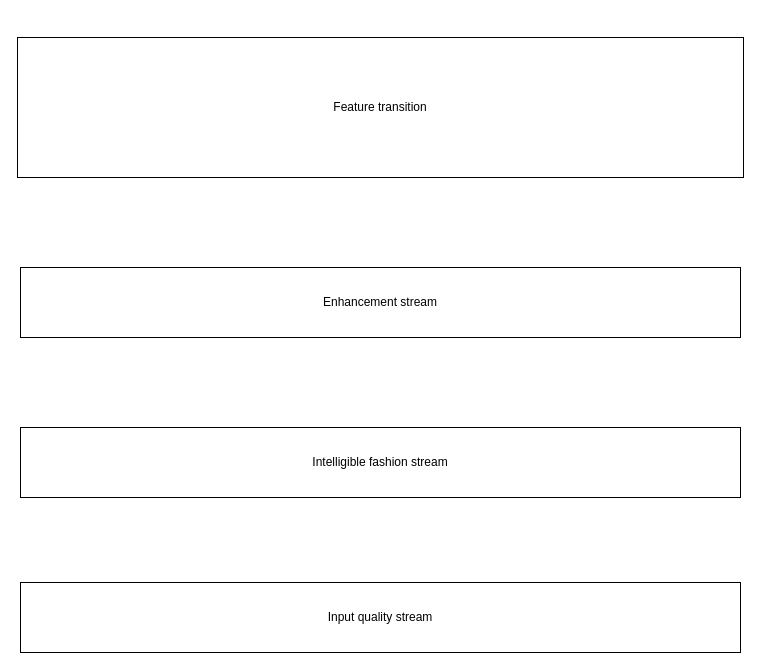
Earlier version of the draw.io diagram page "R&D Layers" (1 of 2) of Untitled Diagram.drawio (thegolabek/model-modeller). Source tidied: cells renumbered, new cells numbered last; positions are measured from the earlier drawing's top-left corner, leaving out a move shared by most shapes. Both pictures are drawn from the tidied source at 100%, with x=0, y=0 at pixel (17, 37).
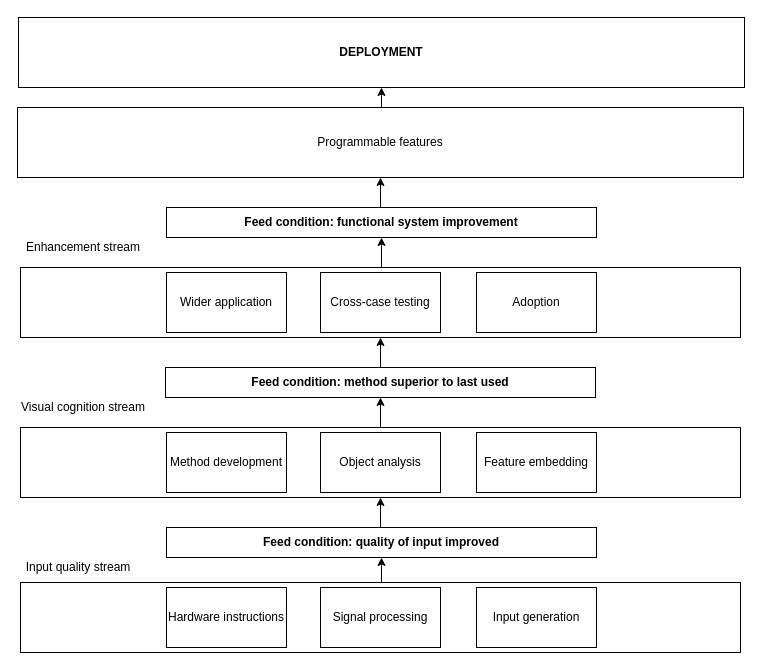
Above is the later version.

Change to the diagram source:
```diff
@@
+    <mxCell id="6" style="edgeStyle=orthogonalEdgeStyle;rounded=0;jettySize=auto;html=1;exitX=0.5;exitY=0;exitDx=0;exitDy=0;entryX=0.5;entryY=1;entryDx=0;entryDy=0;" parent="1" edge="1" source="2" target="27">
+      <mxGeometry relative="1" as="geometry" />
+    </mxCell>
-    <mxCell id="2" value="Enhancement stream" style="rounded=0;whiteSpace=wrap;html=1;" parent="1" vertex="1">
+    <mxCell id="2" style="rounded=0;whiteSpace=wrap;html=1;" parent="1" vertex="1">
       <mxGeometry x="3" y="230" width="720" height="70" as="geometry" />
     </mxCell>
-    <mxCell id="3" value="Intelligible fashion stream" style="rounded=0;whiteSpace=wrap;html=1;" parent="1" vertex="1">
+    <mxCell id="3" style="rounded=0;whiteSpace=wrap;html=1;" parent="1" vertex="1">
       <mxGeometry x="3" y="390" width="720" height="70" as="geometry" />
     </mxCell>
+    <mxCell id="7" style="edgeStyle=orthogonalEdgeStyle;rounded=0;jettySize=auto;html=1;exitX=0.5;exitY=0;exitDx=0;exitDy=0;entryX=0.5;entryY=1;entryDx=0;entryDy=0;" parent="1" edge="1" source="4" target="23">
+      <mxGeometry relative="1" as="geometry" />
+    </mxCell>
-    <mxCell id="4" value="Input quality stream" style="rounded=0;whiteSpace=wrap;html=1;" parent="1" vertex="1">
+    <mxCell id="4" style="rounded=0;whiteSpace=wrap;html=1;" parent="1" vertex="1">
       <mxGeometry x="3" y="545" width="720" height="70" as="geometry" />
     </mxCell>
+    <mxCell id="8" style="edgeStyle=orthogonalEdgeStyle;rounded=0;jettySize=auto;html=1;exitX=0.5;exitY=0;exitDx=0;exitDy=0;entryX=0.5;entryY=1;entryDx=0;entryDy=0;" parent="1" edge="1" source="5" target="28">
+      <mxGeometry relative="1" as="geometry" />
+    </mxCell>
-    <mxCell id="5" value="Feature transition" style="rounded=0;whiteSpace=wrap;html=1;" parent="1" vertex="1">
-      <mxGeometry width="726" height="140" as="geometry" />
+    <mxCell id="5" value="Programmable features" style="rounded=0;whiteSpace=wrap;html=1;" parent="1" vertex="1">
+      <mxGeometry y="70" width="726" height="70" as="geometry" />
     </mxCell>
+    <mxCell id="9" value="Hardware instructions" style="rounded=0;whiteSpace=wrap;html=1;" parent="1" vertex="1">
+      <mxGeometry x="149" y="550" width="120" height="60" as="geometry" />
+    </mxCell>
+    <mxCell id="10" value="Signal processing" style="rounded=0;whiteSpace=wrap;html=1;" parent="1" vertex="1">
+      <mxGeometry x="303" y="550" width="120" height="60" as="geometry" />
+    </mxCell>
+    <mxCell id="11" value="Input generation" style="rounded=0;whiteSpace=wrap;html=1;" parent="1" vertex="1">
+      <mxGeometry x="459" y="550" width="120" height="60" as="geometry" />
+    </mxCell>
+    <mxCell id="12" style="edgeStyle=orthogonalEdgeStyle;rounded=0;jettySize=auto;html=1;entryX=0.5;entryY=1;entryDx=0;entryDy=0;" parent="1" edge="1" target="25">
+      <mxGeometry relative="1" as="geometry">
+        <mxPoint x="363" y="390" as="sourcePoint" />
+      </mxGeometry>
+    </mxCell>
+    <mxCell id="13" value="Object analysis" style="rounded=0;whiteSpace=wrap;html=1;" parent="1" vertex="1">
+      <mxGeometry x="303" y="395" width="120" height="60" as="geometry" />
+    </mxCell>
+    <mxCell id="14" value="Input quality stream" style="text;html=1;strokeColor=none;fillColor=none;align=center;verticalAlign=middle;whiteSpace=wrap;rounded=0;" parent="1" vertex="1">
+      <mxGeometry x="3" y="520" width="116" height="20" as="geometry" />
+    </mxCell>
+    <mxCell id="15" value="Visual cognition stream" style="text;html=1;strokeColor=none;fillColor=none;align=center;verticalAlign=middle;whiteSpace=wrap;rounded=0;" parent="1" vertex="1">
+      <mxGeometry x="3" y="360" width="126" height="20" as="geometry" />
+    </mxCell>
+    <mxCell id="16" value="Enhancement stream" style="text;html=1;strokeColor=none;fillColor=none;align=center;verticalAlign=middle;whiteSpace=wrap;rounded=0;" parent="1" vertex="1">
+      <mxGeometry x="3" y="200" width="126" height="20" as="geometry" />
+    </mxCell>
+    <mxCell id="17" value="Feature embedding" style="rounded=0;whiteSpace=wrap;html=1;" parent="1" vertex="1">
+      <mxGeometry x="459" y="395" width="120" height="60" as="geometry" />
+    </mxCell>
+    <mxCell id="18" value="Method development" style="rounded=0;whiteSpace=wrap;html=1;" parent="1" vertex="1">
+      <mxGeometry x="149" y="395" width="120" height="60" as="geometry" />
+    </mxCell>
+    <mxCell id="19" value="Wider application" style="rounded=0;whiteSpace=wrap;html=1;" parent="1" vertex="1">
+      <mxGeometry x="149" y="235" width="120" height="60" as="geometry" />
+    </mxCell>
+    <mxCell id="20" value="Cross-case testing" style="rounded=0;whiteSpace=wrap;html=1;" parent="1" vertex="1">
+      <mxGeometry x="303" y="235" width="120" height="60" as="geometry" />
+    </mxCell>
+    <mxCell id="21" value="Adoption" style="rounded=0;whiteSpace=wrap;html=1;" parent="1" vertex="1">
+      <mxGeometry x="459" y="235" width="120" height="60" as="geometry" />
+    </mxCell>
+    <mxCell id="22" style="edgeStyle=orthogonalEdgeStyle;rounded=0;jettySize=auto;html=1;exitX=0.5;exitY=0;exitDx=0;exitDy=0;entryX=0.5;entryY=1;entryDx=0;entryDy=0;" parent="1" edge="1" source="23" target="3">
+      <mxGeometry relative="1" as="geometry" />
+    </mxCell>
+    <mxCell id="23" value="&lt;b&gt;Feed condition: quality of input improved&lt;/b&gt;" style="rounded=0;whiteSpace=wrap;html=1;" parent="1" vertex="1">
+      <mxGeometry x="149" y="490" width="430" height="30" as="geometry" />
+    </mxCell>
+    <mxCell id="24" style="edgeStyle=orthogonalEdgeStyle;rounded=0;jettySize=auto;html=1;exitX=0.5;exitY=0;exitDx=0;exitDy=0;entryX=0.5;entryY=1;entryDx=0;entryDy=0;" parent="1" edge="1" source="25" target="2">
+      <mxGeometry relative="1" as="geometry" />
+    </mxCell>
+    <mxCell id="25" value="&lt;b&gt;Feed condition: method superior to last used&lt;/b&gt;" style="rounded=0;whiteSpace=wrap;html=1;" parent="1" vertex="1">
+      <mxGeometry x="148" y="330" width="430" height="30" as="geometry" />
+    </mxCell>
+    <mxCell id="26" style="edgeStyle=orthogonalEdgeStyle;rounded=0;jettySize=auto;html=1;exitX=0.5;exitY=0;exitDx=0;exitDy=0;entryX=0.5;entryY=1;entryDx=0;entryDy=0;" parent="1" edge="1" source="27" target="5">
+      <mxGeometry relative="1" as="geometry" />
+    </mxCell>
+    <mxCell id="27" value="&lt;b&gt;Feed condition: functional system improvement&lt;/b&gt;" style="rounded=0;whiteSpace=wrap;html=1;" parent="1" vertex="1">
+      <mxGeometry x="149" y="170" width="430" height="30" as="geometry" />
+    </mxCell>
+    <mxCell id="28" value="&lt;b&gt;DEPLOYMENT&lt;/b&gt;" style="rounded=0;whiteSpace=wrap;html=1;" parent="1" vertex="1">
+      <mxGeometry x="1" y="-20" width="726" height="70" as="geometry" />
+    </mxCell>
```
